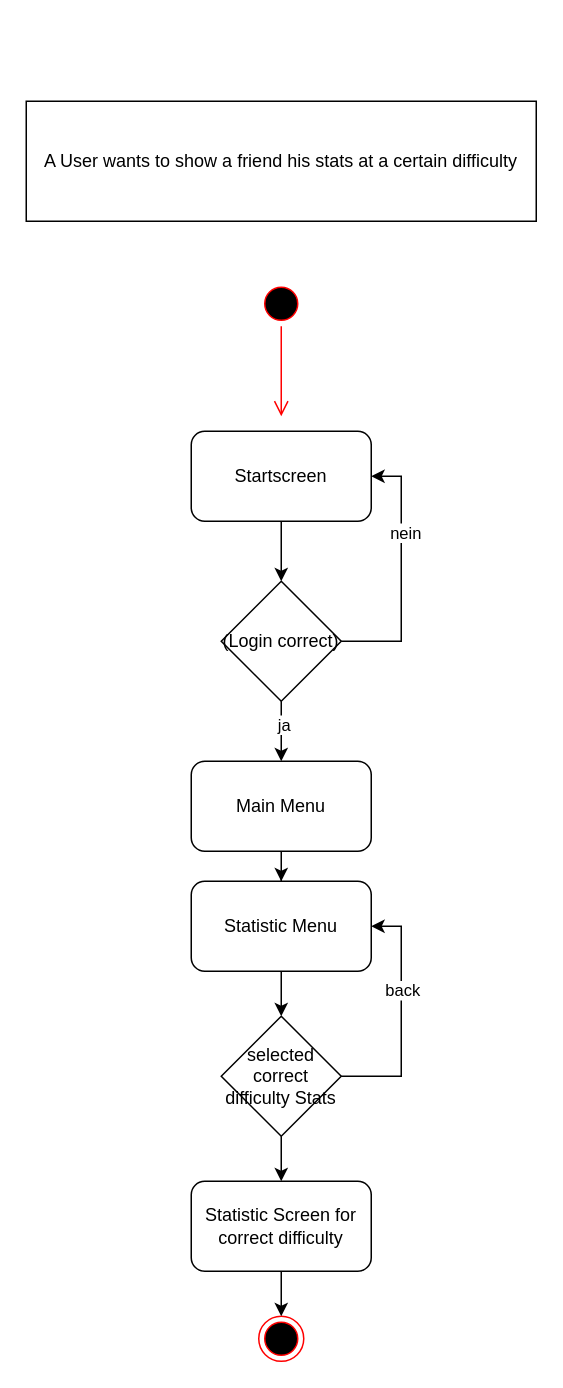
The draw.io diagram documentation/uml/UserFlow_Statistic.drawio in SevenChords/MobAppDev_SS22, before the edit. Source tidied: cells renumbered, new cells numbered last; positions are measured from the earlier drawing's top-left corner, leaving out a move shared by most shapes. Both pictures are drawn from the tidied source at 150%, with x=0, y=0 at pixel (26, 100).
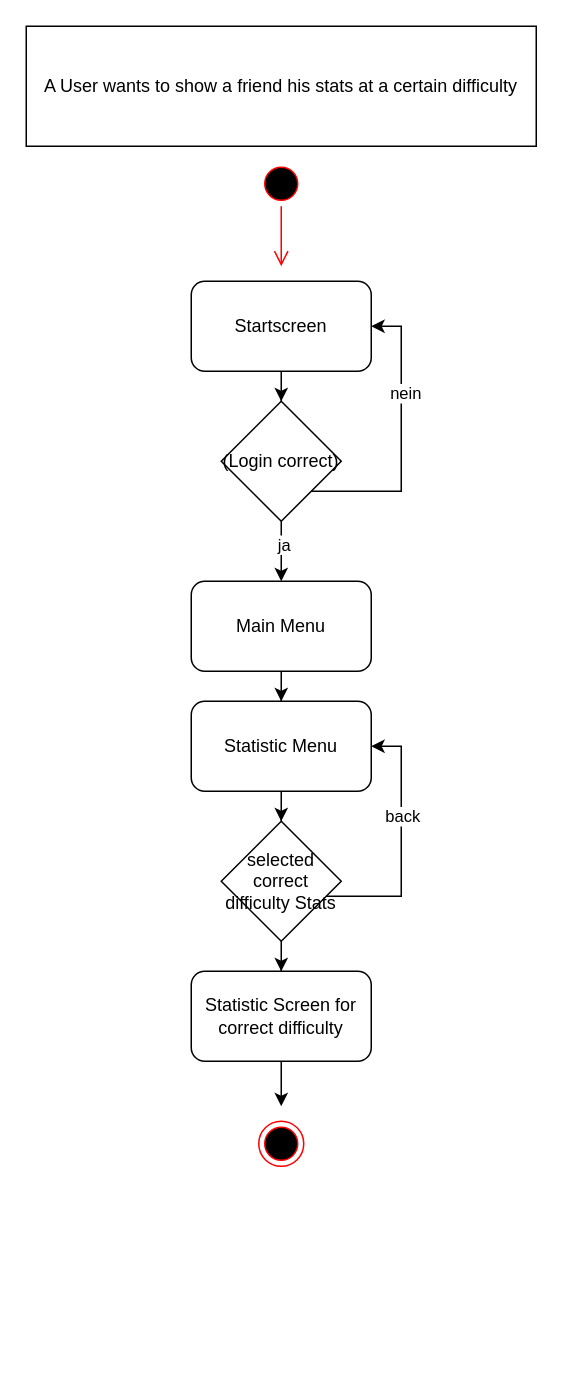
Above is the later version.

Commit message (it also covers changes not shown here):
started AppArchitecture

What changed in the source:
```diff
@@
     <mxCell id="2" value="A User wants to show a friend his stats at a certain difficulty" style="rounded=0;whiteSpace=wrap;html=1;" parent="1" vertex="1">
-      <mxGeometry width="340" height="80" as="geometry" />
+      <mxGeometry y="-50" width="340" height="80" as="geometry" />
     </mxCell>
     <mxCell id="3" style="ellipse;html=1;shape=startState;fillColor=#000000;strokeColor=#ff0000;" parent="1" vertex="1">
-      <mxGeometry x="155" y="120" width="30" height="30" as="geometry" />
+      <mxGeometry x="155" y="40" width="30" height="30" as="geometry" />
     </mxCell>
     <mxCell id="4" style="edgeStyle=orthogonalEdgeStyle;html=1;verticalAlign=bottom;endArrow=open;endSize=8;strokeColor=#ff0000;rounded=0;" parent="1" edge="1" source="3">
       <mxGeometry relative="1" as="geometry">
-        <mxPoint x="170" y="210" as="targetPoint" />
+        <mxPoint x="170" y="110" as="targetPoint" />
       </mxGeometry>
     </mxCell>
     <mxCell id="5" style="ellipse;html=1;shape=endState;fillColor=#000000;strokeColor=#ff0000;" parent="1" vertex="1">
-      <mxGeometry x="155" y="810" width="30" height="30" as="geometry" />
+      <mxGeometry x="155" y="680" width="30" height="30" as="geometry" />
     </mxCell>
@@
     <mxCell id="7" value="Startscreen" style="rounded=1;whiteSpace=wrap;html=1;" parent="1" vertex="1">
-      <mxGeometry x="110" y="220" width="120" height="60" as="geometry" />
+      <mxGeometry x="110" y="120" width="120" height="60" as="geometry" />
     </mxCell>
     <mxCell id="8" style="edgeStyle=orthogonalEdgeStyle;rounded=0;jettySize=auto;html=1;entryX=1;entryY=0.5;entryDx=0;entryDy=0;" parent="1" edge="1" source="12" target="7">
       <mxGeometry relative="1" as="geometry">
         <Array as="points">
-          <mxPoint x="250" y="360" />
-          <mxPoint x="250" y="250" />
+          <mxPoint x="250" y="260" />
+          <mxPoint x="250" y="150" />
         </Array>
       </mxGeometry>
     </mxCell>
@@
     <mxCell id="12" value="(Login correct)" style="rhombus;whiteSpace=wrap;html=1;" parent="1" vertex="1">
-      <mxGeometry x="130" y="320" width="80" height="80" as="geometry" />
+      <mxGeometry x="130" y="200" width="80" height="80" as="geometry" />
     </mxCell>
@@
     <mxCell id="14" value="Main Menu" style="rounded=1;whiteSpace=wrap;html=1;" parent="1" vertex="1">
-      <mxGeometry x="110" y="440" width="120" height="60" as="geometry" />
+      <mxGeometry x="110" y="320" width="120" height="60" as="geometry" />
     </mxCell>
@@
     <mxCell id="16" value="Statistic Menu" style="rounded=1;whiteSpace=wrap;html=1;" parent="1" vertex="1">
-      <mxGeometry x="110" y="520" width="120" height="60" as="geometry" />
+      <mxGeometry x="110" y="400" width="120" height="60" as="geometry" />
     </mxCell>
     <mxCell id="17" style="edgeStyle=orthogonalEdgeStyle;rounded=0;jettySize=auto;html=1;entryX=1;entryY=0.5;entryDx=0;entryDy=0;" parent="1" edge="1" source="20" target="16">
       <mxGeometry relative="1" as="geometry">
         <Array as="points">
-          <mxPoint x="250" y="650" />
-          <mxPoint x="250" y="550" />
+          <mxPoint x="250" y="530" />
+          <mxPoint x="250" y="430" />
         </Array>
       </mxGeometry>
     </mxCell>
@@
     <mxCell id="20" value="selected correct difficulty Stats" style="rhombus;whiteSpace=wrap;html=1;" parent="1" vertex="1">
-      <mxGeometry x="130" y="610" width="80" height="80" as="geometry" />
+      <mxGeometry x="130" y="480" width="80" height="80" as="geometry" />
     </mxCell>
-    <mxCell id="21" style="edgeStyle=orthogonalEdgeStyle;rounded=0;jettySize=auto;html=1;entryX=0.5;entryY=0;entryDx=0;entryDy=0;" parent="1" edge="1" source="22" target="5">
-      <mxGeometry relative="1" as="geometry" />
+    <mxCell id="21" style="edgeStyle=orthogonalEdgeStyle;rounded=0;jettySize=auto;html=1;entryX=0.5;entryY=0;entryDx=0;entryDy=0;" parent="1" edge="1" source="22">
+      <mxGeometry relative="1" as="geometry">
+        <mxPoint x="170" y="670" as="targetPoint" />
+      </mxGeometry>
     </mxCell>
     <mxCell id="22" value="Statistic Screen for correct difficulty" style="rounded=1;whiteSpace=wrap;html=1;" parent="1" vertex="1">
-      <mxGeometry x="110" y="720" width="120" height="60" as="geometry" />
+      <mxGeometry x="110" y="580" width="120" height="60" as="geometry" />
     </mxCell>
```
